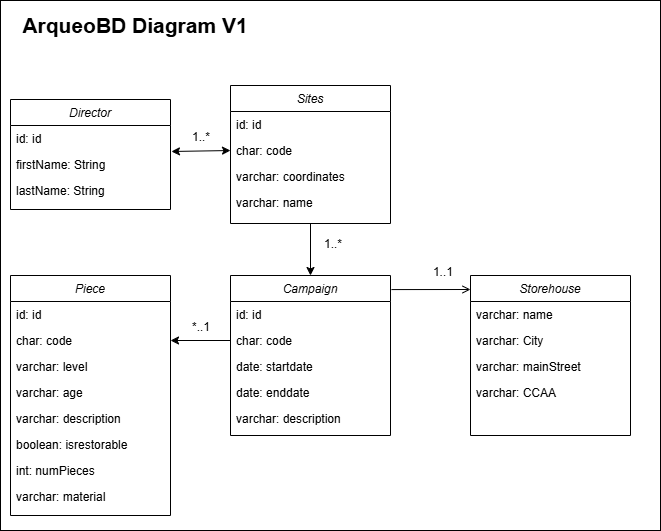
This is src/main/resources/arqueobddiagram.png from marcospaab/ArqueoBD, a draw.io export, as it was before one commit. Source tidied: cells renumbered, new cells last; positions are measured from the earlier drawing's top-left corner, leaving out a move shared by most shapes.
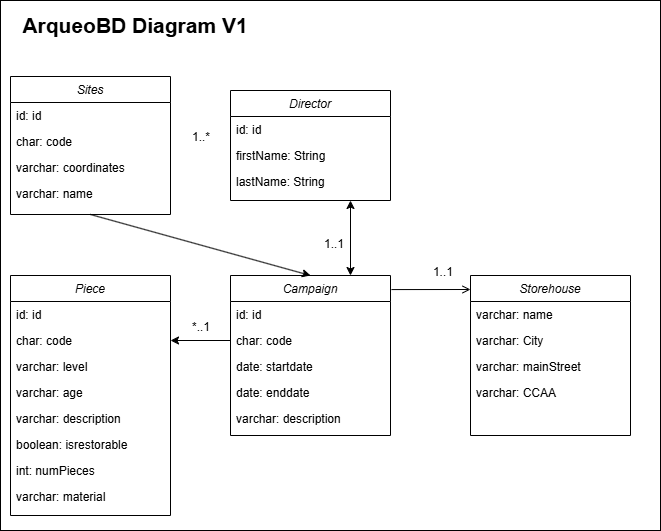
After the change.

Change to the diagram source:
```diff
@@ -6,7 +6,7 @@
       <mxGeometry width="660" height="530" as="geometry" />
     </mxCell>
     <mxCell id="3" value="Sites" style="swimlane;fontStyle=2;align=center;verticalAlign=top;horizontal=1;startSize=26;rounded=0;shadow=0;strokeWidth=1;" parent="1" vertex="1">
-      <mxGeometry x="230" y="85" width="160" height="138" as="geometry" />
+      <mxGeometry x="10" y="76" width="160" height="138" as="geometry" />
     </mxCell>
     <mxCell id="4" value="id: id" style="text;align=left;verticalAlign=top;spacingLeft=4;spacingRight=4;overflow=hidden;" parent="3" vertex="1">
       <mxGeometry y="26" width="160" height="26" as="geometry" />
@@ -46,7 +46,7 @@
       </mxGeometry>
     </mxCell>
     <mxCell id="15" value="Director" style="swimlane;fontStyle=2;align=center;verticalAlign=top;horizontal=1;startSize=26;rounded=0;shadow=0;strokeWidth=1;" parent="1" vertex="1">
-      <mxGeometry x="10" y="99" width="160" height="110" as="geometry" />
+      <mxGeometry x="230" y="90" width="160" height="110" as="geometry" />
     </mxCell>
     <mxCell id="16" value="id: id" style="text;align=left;verticalAlign=top;spacingLeft=4;spacingRight=4;overflow=hidden;" parent="15" vertex="1">
       <mxGeometry y="26" width="160" height="26" as="geometry" />
@@ -60,7 +60,7 @@
     <mxCell id="19" value="1..*" style="align=left;verticalAlign=bottom;labelBackgroundColor=none;fontSize=12;" parent="1" vertex="1">
       <mxGeometry x="190" y="145" as="geometry" />
     </mxCell>
-    <mxCell id="20" style="endArrow=classic;startArrow=classic;html=1;rounded=0;entryX=0;entryY=0.5;entryDx=0;entryDy=0;exitX=1.006;exitY=0;exitDx=0;exitDy=0;exitPerimeter=0;" parent="1" edge="1" source="17" target="5">
+    <mxCell id="20" style="endArrow=classic;startArrow=classic;html=1;rounded=0;entryX=0.75;entryY=0;entryDx=0;entryDy=0;exitX=0.75;exitY=1;exitDx=0;exitDy=0;" parent="1" edge="1" source="15" target="21">
       <mxGeometry relative="1" as="geometry" />
     </mxCell>
     <mxCell id="21" value="Campaign" style="swimlane;fontStyle=2;align=center;verticalAlign=top;horizontal=1;startSize=26;rounded=0;shadow=0;strokeWidth=1;" parent="1" vertex="1">
@@ -84,7 +84,7 @@
     <mxCell id="27" style="endArrow=classic;html=1;rounded=0;exitX=0.5;exitY=1;exitDx=0;exitDy=0;entryX=0.5;entryY=0;entryDx=0;entryDy=0;" parent="1" edge="1" source="3" target="21">
       <mxGeometry relative="1" as="geometry" />
     </mxCell>
-    <mxCell id="28" value="1..*" style="align=left;verticalAlign=bottom;labelBackgroundColor=none;fontSize=12;" parent="1" vertex="1">
+    <mxCell id="28" value="1..1" style="align=left;verticalAlign=bottom;labelBackgroundColor=none;fontSize=12;" parent="1" vertex="1">
       <mxGeometry x="200" y="155" as="geometry">
         <mxPoint x="122" y="97" as="offset" />
       </mxGeometry>
```
